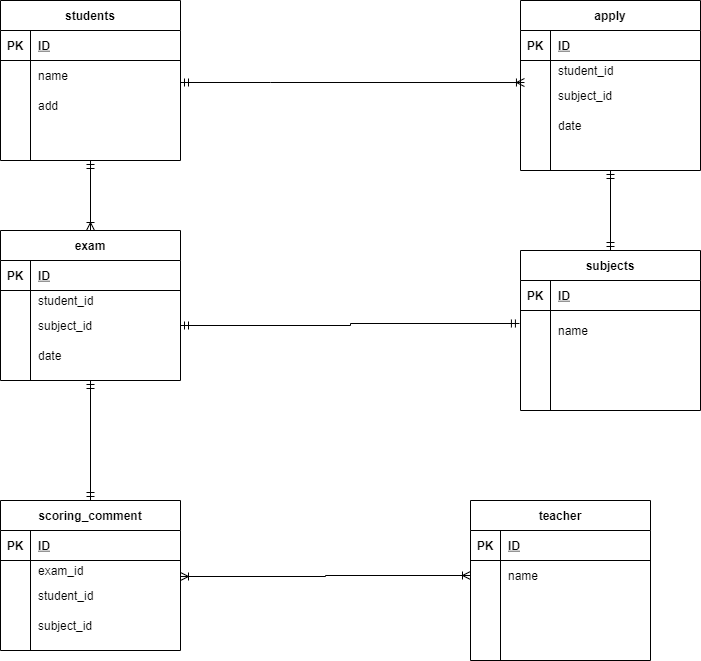
The draw.io diagram .drawio.png in atsucot/ER-1, before a commit. Source tidied: cells renumbered, new cells last; positions are measured from the earlier drawing's top-left corner, leaving out a move shared by most shapes.
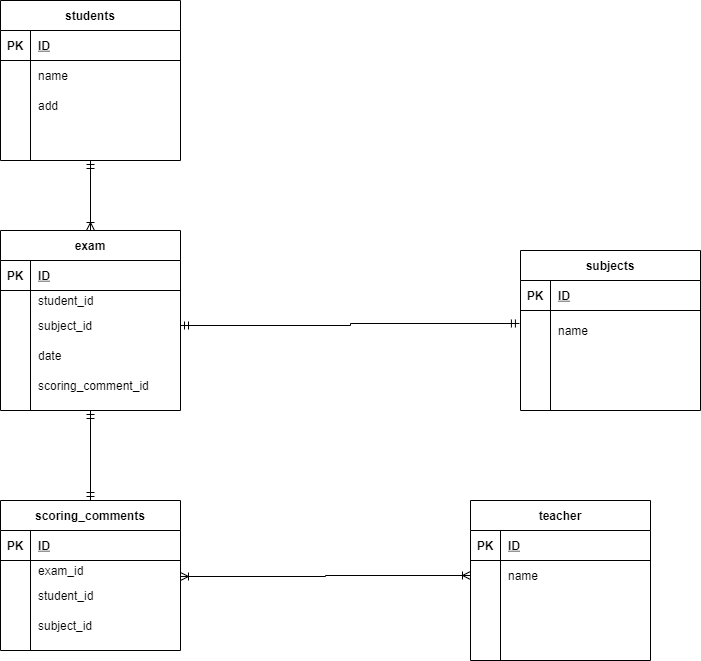
Later version of the same file.

Diff of the diagram source:
```diff
@@ -5,14 +5,6 @@
     <mxCell id="2" style="edgeStyle=orthogonalEdgeStyle;rounded=0;jettySize=auto;html=1;entryX=0.5;entryY=0;entryDx=0;entryDy=0;startArrow=ERmandOne;startFill=0;endArrow=ERoneToMany;endFill=0;" parent="1" edge="1" source="4" target="31">
       <mxGeometry relative="1" as="geometry" />
     </mxCell>
-    <mxCell id="3" style="edgeStyle=orthogonalEdgeStyle;rounded=0;jettySize=auto;html=1;entryX=0.022;entryY=0.067;entryDx=0;entryDy=0;entryPerimeter=0;startArrow=ERmandOne;startFill=0;endArrow=ERoneToMany;endFill=0;" parent="1" edge="1" source="4" target="78">
-      <mxGeometry relative="1" as="geometry">
-        <Array as="points">
-          <mxPoint x="270" y="82" />
-          <mxPoint x="270" y="82" />
-        </Array>
-      </mxGeometry>
-    </mxCell>
     <mxCell id="4" value="students" style="shape=table;startSize=30;rowLines=0;fontStyle=1;align=center;" parent="1" vertex="1">
       <mxGeometry width="180" height="160" as="geometry" />
     </mxCell>
@@ -95,7 +87,7 @@
       <mxGeometry relative="1" as="geometry" />
     </mxCell>
     <mxCell id="31" value="exam" style="shape=table;startSize=30;rowLines=0;fontStyle=1;align=center;" parent="1" vertex="1">
-      <mxGeometry y="230" width="180" height="150" as="geometry" />
+      <mxGeometry y="230" width="180" height="180" as="geometry" />
     </mxCell>
     <mxCell id="32" style="shape=partialRectangle;fillColor=none;top=0;left=0;bottom=1;right=0;" parent="31" vertex="1">
       <mxGeometry y="30" width="180" height="30" as="geometry" />
@@ -133,7 +125,16 @@
     <mxCell id="43" value="date" style="shape=partialRectangle;fillColor=none;top=0;left=0;bottom=0;right=0;align=left;spacingLeft=6;overflow=hidden;" parent="41" vertex="1">
       <mxGeometry x="30" width="150" height="30" as="geometry" />
     </mxCell>
+    <mxCell id="84" style="shape=partialRectangle;fillColor=none;top=0;left=0;bottom=0;right=0;points=[[0,0.5],[1,0.5]];portConstraint=eastwest;" parent="31" vertex="1">
+      <mxGeometry y="140" width="180" height="30" as="geometry" />
+    </mxCell>
+    <mxCell id="89" style="shape=partialRectangle;fillColor=none;top=0;left=0;bottom=0;right=0;overflow=hidden;" parent="84" vertex="1">
+      <mxGeometry width="30" height="30" as="geometry" />
+    </mxCell>
+    <mxCell id="90" value="scoring_comment_id" style="shape=partialRectangle;fillColor=none;top=0;left=0;bottom=0;right=0;align=left;spacingLeft=6;overflow=hidden;" parent="84" vertex="1">
+      <mxGeometry x="30" width="150" height="30" as="geometry" />
+    </mxCell>
-    <mxCell id="44" value="scoring_comment" style="shape=table;startSize=30;rowLines=0;fontStyle=1;align=center;" parent="1" vertex="1">
+    <mxCell id="44" value="scoring_comments" style="shape=table;startSize=30;rowLines=0;fontStyle=1;align=center;" parent="1" vertex="1">
       <mxGeometry y="500" width="180" height="150" as="geometry" />
     </mxCell>
     <mxCell id="45" style="shape=partialRectangle;fillColor=none;top=0;left=0;bottom=1;right=0;" parent="44" vertex="1">
@@ -172,9 +173,6 @@
     <mxCell id="56" value="subject_id" style="shape=partialRectangle;fillColor=none;top=0;left=0;bottom=0;right=0;align=left;spacingLeft=6;overflow=hidden;" parent="54" vertex="1">
       <mxGeometry x="30" width="150" height="30" as="geometry" />
     </mxCell>
-    <mxCell id="57" style="edgeStyle=orthogonalEdgeStyle;rounded=0;jettySize=auto;html=1;startArrow=ERmandOne;startFill=0;endArrow=ERmandOne;endFill=0;entryX=0.5;entryY=1;entryDx=0;entryDy=0;entryPerimeter=0;" parent="1" edge="1" source="58" target="84">
-      <mxGeometry relative="1" as="geometry" />
-    </mxCell>
     <mxCell id="58" value="subjects" style="shape=table;startSize=30;rowLines=0;fontStyle=1;align=center;" parent="1" vertex="1">
       <mxGeometry x="520" y="250" width="180" height="160" as="geometry" />
     </mxCell>
@@ -214,54 +212,6 @@
     <mxCell id="70" style="shape=partialRectangle;fillColor=none;top=0;left=0;bottom=0;right=0;align=left;spacingLeft=6;overflow=hidden;" parent="68" vertex="1">
       <mxGeometry x="30" width="150" height="30" as="geometry" />
     </mxCell>
-    <mxCell id="71" value="apply" style="shape=table;startSize=30;rowLines=0;fontStyle=1;align=center;" parent="1" vertex="1">
-      <mxGeometry x="520" width="180" height="170" as="geometry" />
-    </mxCell>
-    <mxCell id="72" style="shape=partialRectangle;fillColor=none;top=0;left=0;bottom=1;right=0;" parent="71" vertex="1">
-      <mxGeometry y="30" width="180" height="30" as="geometry" />
-    </mxCell>
-    <mxCell id="73" value="PK" style="shape=partialRectangle;fillColor=none;top=0;left=0;bottom=0;right=0;fontStyle=1;overflow=hidden;" parent="72" vertex="1">
-      <mxGeometry width="30" height="30" as="geometry" />
-    </mxCell>
-    <mxCell id="74" value="ID" style="shape=partialRectangle;fillColor=none;top=0;left=0;bottom=0;right=0;align=left;spacingLeft=6;fontStyle=5;overflow=hidden;" parent="72" vertex="1">
-      <mxGeometry x="30" width="150" height="30" as="geometry" />
-    </mxCell>
-    <mxCell id="75" style="shape=partialRectangle;fillColor=none;top=0;left=0;bottom=0;right=0;" parent="71" vertex="1">
-      <mxGeometry y="60" width="180" height="20" as="geometry" />
-    </mxCell>
-    <mxCell id="76" style="shape=partialRectangle;fillColor=none;top=0;left=0;bottom=0;right=0;overflow=hidden;" parent="75" vertex="1">
-      <mxGeometry width="30" height="20" as="geometry" />
-    </mxCell>
-    <mxCell id="77" value="student_id" style="shape=partialRectangle;fillColor=none;top=0;left=0;bottom=0;right=0;align=left;spacingLeft=6;overflow=hidden;" parent="75" vertex="1">
-      <mxGeometry x="30" width="150" height="20" as="geometry" />
-    </mxCell>
-    <mxCell id="78" style="shape=partialRectangle;fillColor=none;top=0;left=0;bottom=0;right=0;points=[[0,0.5],[1,0.5]];portConstraint=eastwest;" parent="71" vertex="1">
-      <mxGeometry y="80" width="180" height="30" as="geometry" />
-    </mxCell>
-    <mxCell id="79" style="shape=partialRectangle;fillColor=none;top=0;left=0;bottom=0;right=0;overflow=hidden;" parent="78" vertex="1">
-      <mxGeometry width="30" height="30" as="geometry" />
-    </mxCell>
-    <mxCell id="80" value="subject_id" style="shape=partialRectangle;fillColor=none;top=0;left=0;bottom=0;right=0;align=left;spacingLeft=6;overflow=hidden;" parent="78" vertex="1">
-      <mxGeometry x="30" width="150" height="30" as="geometry" />
-    </mxCell>
-    <mxCell id="81" style="shape=partialRectangle;fillColor=none;top=0;left=0;bottom=0;right=0;" parent="71" vertex="1">
-      <mxGeometry y="110" width="180" height="30" as="geometry" />
-    </mxCell>
-    <mxCell id="82" style="shape=partialRectangle;fillColor=none;top=0;left=0;bottom=0;right=0;overflow=hidden;" parent="81" vertex="1">
-      <mxGeometry width="30" height="30" as="geometry" />
-    </mxCell>
-    <mxCell id="83" value="date" style="shape=partialRectangle;fillColor=none;top=0;left=0;bottom=0;right=0;align=left;spacingLeft=6;overflow=hidden;" parent="81" vertex="1">
-      <mxGeometry x="30" width="150" height="30" as="geometry" />
-    </mxCell>
-    <mxCell id="84" style="shape=partialRectangle;fillColor=none;top=0;left=0;bottom=0;right=0;points=[[0,0.5],[1,0.5]];portConstraint=eastwest;" parent="71" vertex="1">
-      <mxGeometry y="140" width="180" height="30" as="geometry" />
-    </mxCell>
-    <mxCell id="85" style="shape=partialRectangle;fillColor=none;top=0;left=0;bottom=0;right=0;overflow=hidden;" parent="84" vertex="1">
-      <mxGeometry width="30" height="30" as="geometry" />
-    </mxCell>
-    <mxCell id="86" style="shape=partialRectangle;fillColor=none;top=0;left=0;bottom=0;right=0;align=left;spacingLeft=6;overflow=hidden;" parent="84" vertex="1">
-      <mxGeometry x="30" width="150" height="30" as="geometry" />
-    </mxCell>
     <mxCell id="87" style="edgeStyle=orthogonalEdgeStyle;rounded=0;jettySize=auto;html=1;endArrow=ERmandOne;endFill=0;startArrow=ERmandOne;startFill=0;entryX=-0.006;entryY=0.325;entryDx=0;entryDy=0;entryPerimeter=0;" parent="1" edge="1" source="38" target="62">
       <mxGeometry relative="1" as="geometry" />
     </mxCell>
```
